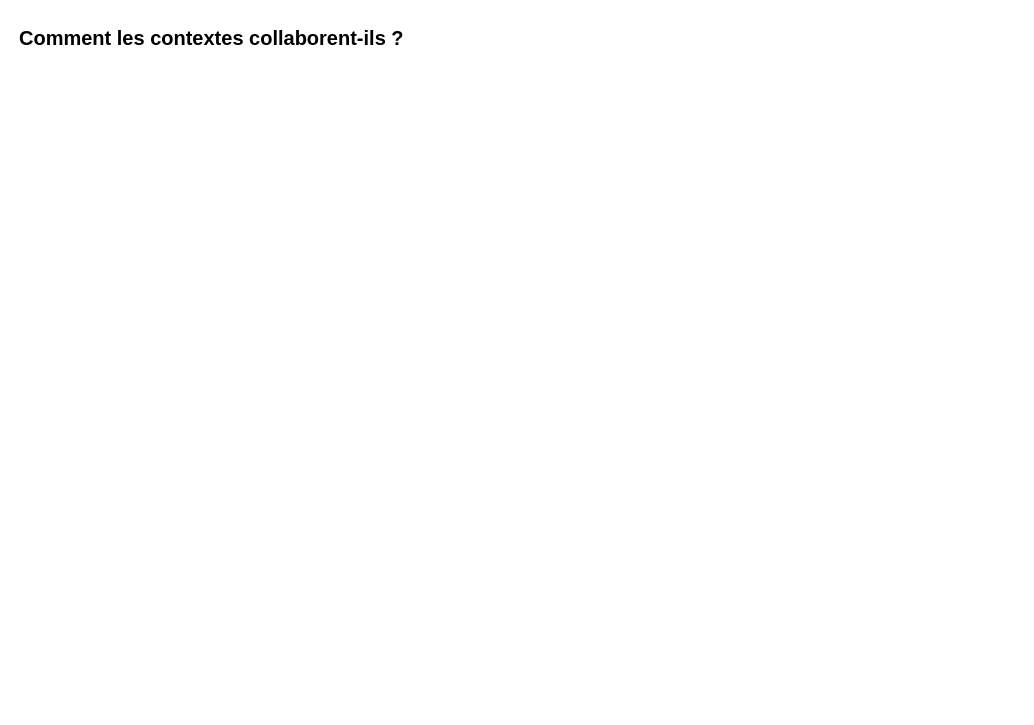
Before: docs/diagrammes/2-context-map.drawio in Lucie005/ecrans-villeneuve-equipe1, a draw.io diagram. Source tidied: cells renumbered, new cells numbered last; positions are measured from the earlier drawing's top-left corner, leaving out a move shared by most shapes. Both pictures are drawn from the tidied source at 100%, with x=0, y=0 at pixel (17, 17).
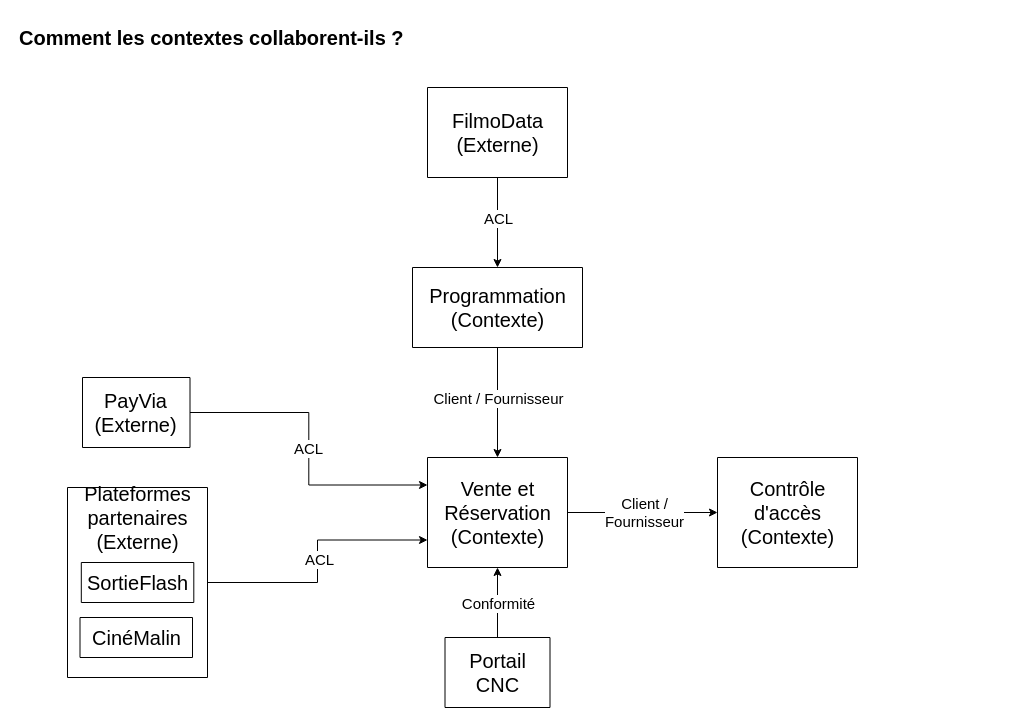
After the change.

Commit message (it also covers changes not shown here):
Phase 2 : Modification diagramme 1 et jout du diagramme 2 en format drawio

Change to the diagram source:
```diff
@@
+    <mxCell id="3" style="edgeStyle=orthogonalEdgeStyle;rounded=0;jettySize=auto;html=1;exitX=1;exitY=0.5;exitDx=0;exitDy=0;entryX=0;entryY=0.5;entryDx=0;entryDy=0;" parent="1" edge="1" source="5" target="7">
+      <mxGeometry relative="1" as="geometry" />
+    </mxCell>
+    <mxCell id="4" value="&lt;font style=&quot;font-size: 15px;&quot;&gt;Client / &lt;br&gt;Fournisseur&lt;/font&gt;" style="edgeLabel;html=1;align=center;verticalAlign=middle;" parent="3" vertex="1">
+      <mxGeometry x="0.01" y="1" relative="1" as="geometry" />
+    </mxCell>
+    <mxCell id="5" style="swimlane;startSize=0;" parent="1" vertex="1">
+      <mxGeometry x="410" y="440" width="140" height="110" as="geometry" />
+    </mxCell>
+    <mxCell id="6" value="&lt;font style=&quot;font-size: 20px;&quot;&gt;Vente et &lt;br&gt;Réservation &lt;br&gt;(Contexte)&lt;/font&gt;" style="text;html=1;align=center;verticalAlign=middle;strokeColor=none;fillColor=none;" parent="5" vertex="1">
+      <mxGeometry x="5" y="10" width="130" height="90" as="geometry" />
+    </mxCell>
+    <mxCell id="7" style="swimlane;startSize=0;" parent="1" vertex="1">
+      <mxGeometry x="700" y="440" width="140" height="110" as="geometry" />
+    </mxCell>
+    <mxCell id="8" value="&lt;span style=&quot;font-size: 20px;&quot;&gt;Contrôle &lt;br&gt;d'accès &lt;br&gt;(Contexte)&lt;/span&gt;" style="text;html=1;align=center;verticalAlign=middle;strokeColor=none;fillColor=none;" parent="7" vertex="1">
+      <mxGeometry x="10" y="10" width="120" height="90" as="geometry" />
+    </mxCell>
+    <mxCell id="9" style="edgeStyle=orthogonalEdgeStyle;rounded=0;jettySize=auto;html=1;exitX=0.5;exitY=0;exitDx=0;exitDy=0;entryX=0.5;entryY=1;entryDx=0;entryDy=0;" parent="1" edge="1" source="11" target="5">
+      <mxGeometry relative="1" as="geometry" />
+    </mxCell>
+    <mxCell id="10" value="&lt;font style=&quot;font-size: 15px;&quot;&gt;Conformité&lt;/font&gt;" style="edgeLabel;html=1;align=center;verticalAlign=middle;" parent="9" vertex="1">
+      <mxGeometry y="-4" relative="1" as="geometry">
+        <mxPoint x="-4" as="offset" />
+      </mxGeometry>
+    </mxCell>
+    <mxCell id="11" style="swimlane;startSize=0;" parent="1" vertex="1">
+      <mxGeometry x="427.5" y="620" width="105" height="70" as="geometry" />
+    </mxCell>
+    <mxCell id="12" value="&lt;span style=&quot;font-size: 20px;&quot;&gt;Portail &lt;br&gt;CNC&lt;/span&gt;" style="text;html=1;align=center;verticalAlign=middle;strokeColor=none;fillColor=none;" parent="11" vertex="1">
+      <mxGeometry x="12.5" y="5" width="80" height="60" as="geometry" />
+    </mxCell>
+    <mxCell id="13" style="edgeStyle=orthogonalEdgeStyle;rounded=0;jettySize=auto;html=1;exitX=1;exitY=0.5;exitDx=0;exitDy=0;entryX=0;entryY=0.25;entryDx=0;entryDy=0;" parent="1" edge="1" source="15" target="5">
+      <mxGeometry relative="1" as="geometry" />
+    </mxCell>
+    <mxCell id="14" value="&lt;font style=&quot;font-size: 15px;&quot;&gt;ACL&lt;/font&gt;" style="edgeLabel;html=1;align=center;verticalAlign=middle;" parent="13" vertex="1">
+      <mxGeometry x="-0.04" y="-1" relative="1" as="geometry">
+        <mxPoint y="5" as="offset" />
+      </mxGeometry>
+    </mxCell>
+    <mxCell id="15" style="swimlane;startSize=0;" parent="1" vertex="1">
+      <mxGeometry x="65" y="360" width="107.5" height="70" as="geometry" />
+    </mxCell>
+    <mxCell id="16" value="&lt;span style=&quot;font-size: 20px;&quot;&gt;PayVia&lt;br&gt;(Externe)&lt;br&gt;&lt;/span&gt;" style="text;html=1;align=center;verticalAlign=middle;strokeColor=none;fillColor=none;" parent="15" vertex="1">
+      <mxGeometry x="-2.5" y="5" width="110" height="60" as="geometry" />
+    </mxCell>
+    <mxCell id="17" style="edgeStyle=orthogonalEdgeStyle;rounded=0;jettySize=auto;html=1;exitX=1;exitY=0.5;exitDx=0;exitDy=0;entryX=0;entryY=0.75;entryDx=0;entryDy=0;" parent="1" edge="1" source="19" target="5">
+      <mxGeometry relative="1" as="geometry" />
+    </mxCell>
+    <mxCell id="18" value="&lt;span style=&quot;font-size: 15px;&quot;&gt;ACL&lt;/span&gt;" style="edgeLabel;html=1;align=center;verticalAlign=middle;" parent="17" vertex="1">
+      <mxGeometry x="0.03" y="-1" relative="1" as="geometry">
+        <mxPoint y="1" as="offset" />
+      </mxGeometry>
+    </mxCell>
+    <mxCell id="19" style="swimlane;startSize=0;" parent="1" vertex="1">
+      <mxGeometry x="50" y="470" width="140" height="190" as="geometry" />
+    </mxCell>
+    <mxCell id="20" value="&lt;span style=&quot;font-size: 20px;&quot;&gt;Plateformes&lt;br&gt;partenaires&lt;br&gt;(Externe)&lt;br&gt;&lt;/span&gt;" style="text;html=1;align=center;verticalAlign=middle;strokeColor=none;fillColor=none;" parent="19" vertex="1">
+      <mxGeometry x="5" y="-15" width="130" height="90" as="geometry" />
+    </mxCell>
+    <mxCell id="21" style="swimlane;startSize=0;" parent="19" vertex="1">
+      <mxGeometry x="13.8" y="75" width="112.5" height="40" as="geometry" />
+    </mxCell>
+    <mxCell id="22" value="&lt;span style=&quot;font-size: 20px;&quot;&gt;SortieFlash&lt;br&gt;&lt;/span&gt;" style="text;html=1;align=center;verticalAlign=middle;strokeColor=none;fillColor=none;" parent="21" vertex="1">
+      <mxGeometry x="-3.8" width="120" height="40" as="geometry" />
+    </mxCell>
+    <mxCell id="23" style="swimlane;startSize=0;" parent="1" vertex="1">
+      <mxGeometry x="62.5" y="600" width="112.5" height="40" as="geometry" />
+    </mxCell>
+    <mxCell id="24" value="&lt;span style=&quot;font-size: 20px;&quot;&gt;CinéMalin&lt;br&gt;&lt;/span&gt;" style="text;html=1;align=center;verticalAlign=middle;strokeColor=none;fillColor=none;" parent="23" vertex="1">
+      <mxGeometry x="1.2" width="110" height="40" as="geometry" />
+    </mxCell>
+    <mxCell id="25" style="edgeStyle=orthogonalEdgeStyle;rounded=0;jettySize=auto;html=1;entryX=0.5;entryY=0;entryDx=0;entryDy=0;" parent="1" edge="1" source="27" target="5">
+      <mxGeometry relative="1" as="geometry" />
+    </mxCell>
+    <mxCell id="26" value="&lt;font style=&quot;font-size: 15px;&quot;&gt;Client / Fournisseur&lt;/font&gt;" style="edgeLabel;html=1;align=center;verticalAlign=middle;" parent="25" vertex="1">
+      <mxGeometry y="1" relative="1" as="geometry">
+        <mxPoint x="-1" y="-5" as="offset" />
+      </mxGeometry>
+    </mxCell>
+    <mxCell id="27" style="swimlane;startSize=0;" parent="1" vertex="1">
+      <mxGeometry x="395" y="250" width="170" height="80" as="geometry" />
+    </mxCell>
+    <mxCell id="28" value="&lt;span style=&quot;font-size: 20px;&quot;&gt;Programmation&lt;br&gt;(Contexte)&lt;br&gt;&lt;/span&gt;" style="text;html=1;align=center;verticalAlign=middle;strokeColor=none;fillColor=none;" parent="27" vertex="1">
+      <mxGeometry x="5" y="10" width="160" height="60" as="geometry" />
+    </mxCell>
+    <mxCell id="29" style="swimlane;startSize=0;" parent="1" vertex="1">
+      <mxGeometry x="410" y="70" width="140" height="90" as="geometry" />
+    </mxCell>
+    <mxCell id="30" value="&lt;span style=&quot;font-size: 20px;&quot;&gt;FilmoData&lt;br&gt;(Externe)&lt;br&gt;&lt;/span&gt;" style="text;html=1;align=center;verticalAlign=middle;strokeColor=none;fillColor=none;" parent="29" vertex="1">
+      <mxGeometry x="15" y="15" width="110" height="60" as="geometry" />
+    </mxCell>
+    <mxCell id="31" style="edgeStyle=orthogonalEdgeStyle;rounded=0;jettySize=auto;html=1;entryX=0.5;entryY=0;entryDx=0;entryDy=0;" parent="1" edge="1" source="29" target="27">
+      <mxGeometry relative="1" as="geometry" />
+    </mxCell>
+    <mxCell id="32" value="&lt;font style=&quot;font-size: 15px;&quot;&gt;ACL&lt;/font&gt;" style="edgeLabel;html=1;align=center;verticalAlign=middle;" parent="31" vertex="1">
+      <mxGeometry x="-0.13" relative="1" as="geometry">
+        <mxPoint y="1" as="offset" />
+      </mxGeometry>
+    </mxCell>
```
